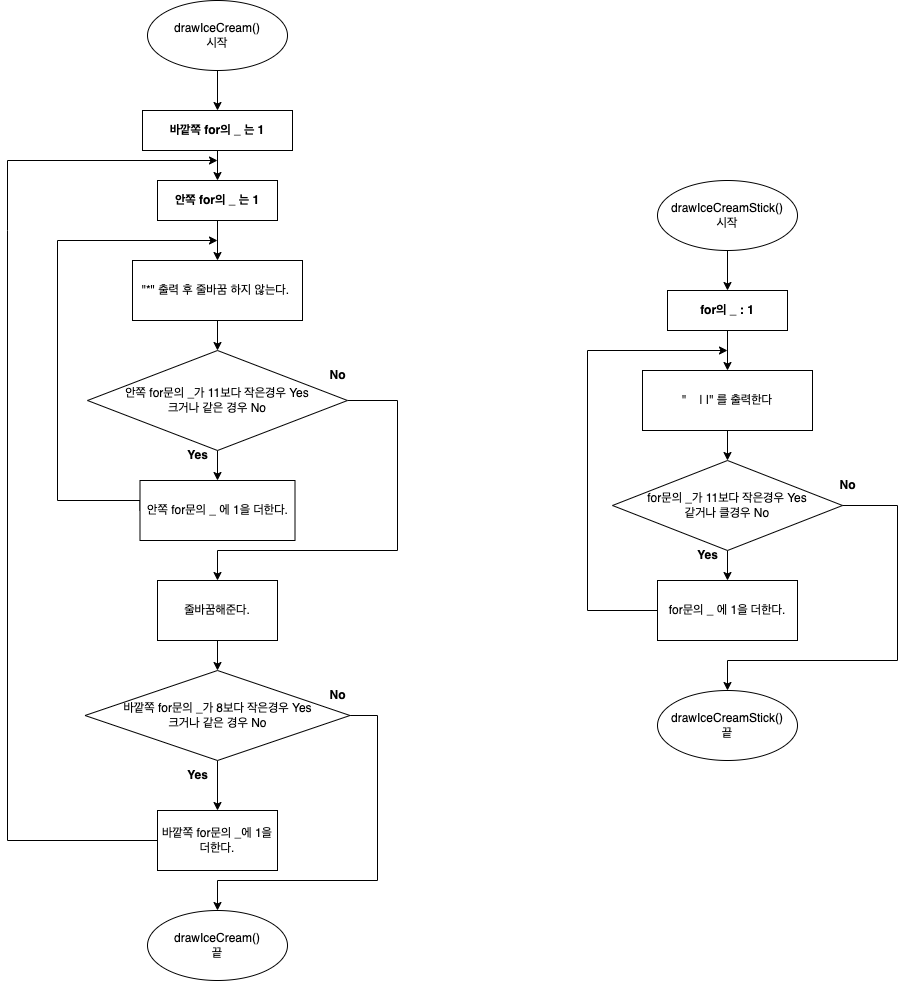
The draw.io diagram CodeStarterCamp_Week1/step2순서도.png in yagom-academy/swift-starter-Round1, before a commit. Source tidied: cells renumbered, new cells last; positions are measured from the earlier drawing's top-left corner, leaving out a move shared by most shapes.
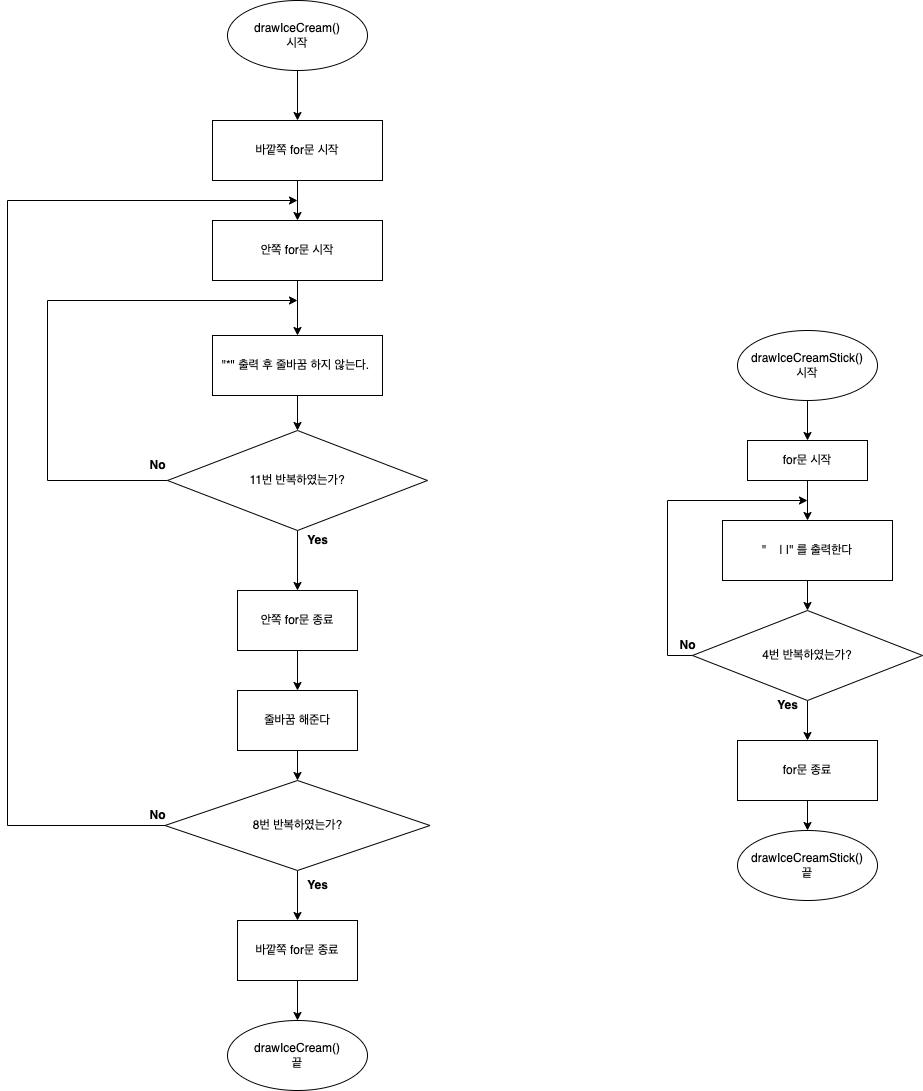
Later version of the same file.

Commit message:
step2순서도 수정

The edit, as a diff of the source:
```diff
@@ -2,165 +2,141 @@
   <root>
     <mxCell id="0" />
     <mxCell id="1" parent="0" />
-    <mxCell id="2" style="edgeStyle=orthogonalEdgeStyle;rounded=0;jettySize=auto;html=1;exitX=0.5;exitY=1;exitDx=0;exitDy=0;" parent="1" edge="1" source="3">
-      <mxGeometry relative="1" as="geometry">
-        <mxPoint x="210" y="110" as="targetPoint" />
-      </mxGeometry>
-    </mxCell>
+    <mxCell id="42" style="edgeStyle=orthogonalEdgeStyle;rounded=0;jettySize=auto;html=1;exitX=0.5;exitY=1;exitDx=0;exitDy=0;entryX=0.5;entryY=0;entryDx=0;entryDy=0;" parent="1" edge="1" source="3" target="65">
+      <mxGeometry relative="1" as="geometry" />
+    </mxCell>
     <mxCell id="3" value="drawIceCream()&lt;br&gt;시작" style="ellipse;whiteSpace=wrap;html=1;" parent="1" vertex="1">
-      <mxGeometry x="140" width="140" height="70" as="geometry" />
+      <mxGeometry x="140" y="-150" width="140" height="70" as="geometry" />
     </mxCell>
-    <mxCell id="4" style="edgeStyle=orthogonalEdgeStyle;rounded=0;jettySize=auto;html=1;" parent="1" edge="1" source="5" target="7">
-      <mxGeometry relative="1" as="geometry" />
-    </mxCell>
-    <mxCell id="5" value="&lt;b&gt;바깥쪽 for의 _ 는 1&lt;/b&gt;" style="rounded=0;whiteSpace=wrap;html=1;" parent="1" vertex="1">
-      <mxGeometry x="135" y="110" width="150" height="40" as="geometry" />
-    </mxCell>
-    <mxCell id="6" style="edgeStyle=orthogonalEdgeStyle;rounded=0;jettySize=auto;html=1;" parent="1" edge="1" source="7" target="9">
-      <mxGeometry relative="1" as="geometry" />
-    </mxCell>
-    <mxCell id="7" value="&lt;b&gt;안쪽 for의 _ 는 1&lt;/b&gt;" style="whiteSpace=wrap;html=1;rounded=0;" parent="1" vertex="1">
-      <mxGeometry x="150" y="180" width="120" height="40" as="geometry" />
-    </mxCell>
-    <mxCell id="8" style="edgeStyle=orthogonalEdgeStyle;rounded=0;jettySize=auto;html=1;" parent="1" edge="1" source="9" target="12">
-      <mxGeometry relative="1" as="geometry" />
-    </mxCell>
+    <mxCell id="43" style="edgeStyle=orthogonalEdgeStyle;rounded=0;jettySize=auto;html=1;" parent="1" edge="1" source="9" target="46">
+      <mxGeometry relative="1" as="geometry" />
+    </mxCell>
     <mxCell id="9" value="&quot;*&quot; 출력 후 줄바꿈 하지 않는다.&amp;nbsp;" style="whiteSpace=wrap;html=1;rounded=0;" parent="1" vertex="1">
-      <mxGeometry x="125" y="260" width="170" height="60" as="geometry" />
+      <mxGeometry x="125" y="185" width="170" height="60" as="geometry" />
     </mxCell>
-    <mxCell id="10" style="edgeStyle=orthogonalEdgeStyle;rounded=0;jettySize=auto;html=1;" parent="1" edge="1" source="12" target="14">
-      <mxGeometry relative="1" as="geometry" />
-    </mxCell>
-    <mxCell id="11" style="edgeStyle=orthogonalEdgeStyle;rounded=0;jettySize=auto;html=1;exitX=1;exitY=0.5;exitDx=0;exitDy=0;" parent="1" edge="1" source="12" target="18">
-      <mxGeometry relative="1" as="geometry">
-        <Array as="points">
-          <mxPoint x="390" y="400" />
-          <mxPoint x="390" y="550" />
-          <mxPoint x="210" y="550" />
-        </Array>
-      </mxGeometry>
-    </mxCell>
-    <mxCell id="12" value="안쪽 for문의 _가 11보다 작은경우 Yes&lt;br&gt;크거나 같은 경우 No" style="rhombus;whiteSpace=wrap;html=1;rounded=0;" parent="1" vertex="1">
-      <mxGeometry x="80" y="350" width="260" height="100" as="geometry" />
-    </mxCell>
-    <mxCell id="13" style="edgeStyle=orthogonalEdgeStyle;rounded=0;jettySize=auto;html=1;exitX=0;exitY=0.5;exitDx=0;exitDy=0;" parent="1" edge="1" source="14">
-      <mxGeometry relative="1" as="geometry">
-        <mxPoint x="210" y="240" as="targetPoint" />
-        <Array as="points">
-          <mxPoint x="50" y="500" />
-          <mxPoint x="50" y="240" />
-        </Array>
-      </mxGeometry>
-    </mxCell>
-    <mxCell id="14" value="안쪽 for문의 _ 에 1을 더한다." style="whiteSpace=wrap;html=1;rounded=0;" parent="1" vertex="1">
-      <mxGeometry x="132.5" y="480" width="155" height="60" as="geometry" />
-    </mxCell>
-    <mxCell id="15" value="&lt;b&gt;Yes&lt;/b&gt;" style="text;html=1;align=center;verticalAlign=middle;strokeColor=none;fillColor=none;" parent="1" vertex="1">
-      <mxGeometry x="170" y="440" width="40" height="30" as="geometry" />
-    </mxCell>
-    <mxCell id="16" value="&lt;b&gt;No&lt;/b&gt;" style="text;html=1;align=center;verticalAlign=middle;strokeColor=none;fillColor=none;" parent="1" vertex="1">
-      <mxGeometry x="310" y="360" width="40" height="30" as="geometry" />
-    </mxCell>
-    <mxCell id="17" style="edgeStyle=orthogonalEdgeStyle;rounded=0;jettySize=auto;html=1;" parent="1" edge="1" source="18" target="21">
-      <mxGeometry relative="1" as="geometry" />
-    </mxCell>
-    <mxCell id="18" value="줄바꿈해준다." style="whiteSpace=wrap;html=1;rounded=0;" parent="1" vertex="1">
-      <mxGeometry x="150" y="580" width="120" height="60" as="geometry" />
-    </mxCell>
-    <mxCell id="19" style="edgeStyle=orthogonalEdgeStyle;rounded=0;jettySize=auto;html=1;" parent="1" edge="1" source="21" target="23">
-      <mxGeometry relative="1" as="geometry" />
-    </mxCell>
-    <mxCell id="20" style="edgeStyle=orthogonalEdgeStyle;rounded=0;jettySize=auto;html=1;entryX=0.5;entryY=0;entryDx=0;entryDy=0;strokeColor=default;endArrow=classic;endFill=1;exitX=1;exitY=0.5;exitDx=0;exitDy=0;" parent="1" edge="1" source="21" target="26">
-      <mxGeometry relative="1" as="geometry">
-        <Array as="points">
-          <mxPoint x="370" y="715" />
-          <mxPoint x="370" y="880" />
-          <mxPoint x="210" y="880" />
-        </Array>
-      </mxGeometry>
-    </mxCell>
-    <mxCell id="21" value="바깥쪽 for문의 _가 8보다 작은경우 Yes&lt;br&gt;크거나 같은 경우 No" style="rhombus;whiteSpace=wrap;html=1;rounded=0;" parent="1" vertex="1">
-      <mxGeometry x="77.5" y="670" width="265" height="90" as="geometry" />
-    </mxCell>
-    <mxCell id="22" style="edgeStyle=orthogonalEdgeStyle;rounded=0;jettySize=auto;html=1;strokeColor=default;endArrow=none;endFill=0;" parent="1" edge="1" source="23">
-      <mxGeometry relative="1" as="geometry">
-        <mxPoint y="230" as="targetPoint" />
-      </mxGeometry>
-    </mxCell>
-    <mxCell id="23" value="바깥쪽 for문의 _에 1을 더한다." style="whiteSpace=wrap;html=1;rounded=0;" parent="1" vertex="1">
-      <mxGeometry x="150" y="810" width="120" height="60" as="geometry" />
-    </mxCell>
-    <mxCell id="24" value="&lt;b&gt;Yes&lt;/b&gt;" style="text;html=1;align=center;verticalAlign=middle;strokeColor=none;fillColor=none;" parent="1" vertex="1">
-      <mxGeometry x="170" y="760" width="40" height="30" as="geometry" />
-    </mxCell>
-    <mxCell id="25" style="edgeStyle=orthogonalEdgeStyle;rounded=0;orthogonalLoop=1;jettySize=auto;html=1;" parent="1" edge="1">
-      <mxGeometry relative="1" as="geometry">
-        <mxPoint y="230" as="sourcePoint" />
-        <mxPoint x="210" y="160" as="targetPoint" />
-        <Array as="points">
-          <mxPoint y="160" />
-        </Array>
-      </mxGeometry>
-    </mxCell>
+    <mxCell id="44" style="edgeStyle=orthogonalEdgeStyle;rounded=0;jettySize=auto;html=1;exitX=0;exitY=0.5;exitDx=0;exitDy=0;" parent="1" edge="1" source="46">
+      <mxGeometry relative="1" as="geometry">
+        <mxPoint x="210" y="150" as="targetPoint" />
+        <Array as="points">
+          <mxPoint x="-40" y="330" />
+          <mxPoint x="-40" y="150" />
+        </Array>
+      </mxGeometry>
+    </mxCell>
+    <mxCell id="45" style="edgeStyle=orthogonalEdgeStyle;rounded=0;jettySize=auto;html=1;entryX=0.5;entryY=0;entryDx=0;entryDy=0;" parent="1" edge="1" source="46" target="50">
+      <mxGeometry relative="1" as="geometry" />
+    </mxCell>
+    <mxCell id="46" value="11번 반복하였는가?" style="rhombus;whiteSpace=wrap;html=1;rounded=0;" parent="1" vertex="1">
+      <mxGeometry x="80" y="280" width="260" height="100" as="geometry" />
+    </mxCell>
+    <mxCell id="47" value="&lt;b&gt;No&lt;/b&gt;" style="text;html=1;align=center;verticalAlign=middle;strokeColor=none;fillColor=none;" parent="1" vertex="1">
+      <mxGeometry x="50" y="300" width="40" height="30" as="geometry" />
+    </mxCell>
+    <mxCell id="48" value="&lt;b&gt;Yes&lt;/b&gt;" style="text;html=1;align=center;verticalAlign=middle;strokeColor=none;fillColor=none;" parent="1" vertex="1">
+      <mxGeometry x="210" y="375" width="40" height="30" as="geometry" />
+    </mxCell>
+    <mxCell id="49" style="edgeStyle=orthogonalEdgeStyle;rounded=0;jettySize=auto;html=1;entryX=0.5;entryY=0;entryDx=0;entryDy=0;" parent="1" edge="1" source="50" target="69">
+      <mxGeometry relative="1" as="geometry" />
+    </mxCell>
+    <mxCell id="50" value="안쪽 for문 종료" style="whiteSpace=wrap;html=1;rounded=0;" parent="1" vertex="1">
+      <mxGeometry x="150" y="440" width="120" height="60" as="geometry" />
+    </mxCell>
+    <mxCell id="51" style="edgeStyle=orthogonalEdgeStyle;rounded=0;jettySize=auto;html=1;exitX=0;exitY=0.5;exitDx=0;exitDy=0;" parent="1" edge="1" source="53">
+      <mxGeometry relative="1" as="geometry">
+        <mxPoint x="210" y="50" as="targetPoint" />
+        <Array as="points">
+          <mxPoint x="-80" y="675" />
+          <mxPoint x="-80" y="50" />
+          <mxPoint x="210" y="50" />
+        </Array>
+      </mxGeometry>
+    </mxCell>
+    <mxCell id="52" style="edgeStyle=orthogonalEdgeStyle;rounded=0;jettySize=auto;html=1;entryX=0.5;entryY=0;entryDx=0;entryDy=0;" parent="1" edge="1" source="53" target="73">
+      <mxGeometry relative="1" as="geometry" />
+    </mxCell>
+    <mxCell id="53" value="8번 반복하였는가?" style="rhombus;whiteSpace=wrap;html=1;rounded=0;" parent="1" vertex="1">
+      <mxGeometry x="77.5" y="630" width="265" height="90" as="geometry" />
+    </mxCell>
     <mxCell id="26" value="drawIceCream()&lt;br&gt;끝" style="ellipse;whiteSpace=wrap;html=1;" parent="1" vertex="1">
-      <mxGeometry x="140" y="910" width="140" height="70" as="geometry" />
+      <mxGeometry x="140" y="870" width="140" height="70" as="geometry" />
     </mxCell>
-    <mxCell id="27" value="&lt;b&gt;No&lt;/b&gt;" style="text;html=1;align=center;verticalAlign=middle;strokeColor=none;fillColor=none;" parent="1" vertex="1">
-      <mxGeometry x="310" y="680" width="40" height="30" as="geometry" />
-    </mxCell>
-    <mxCell id="28" style="edgeStyle=orthogonalEdgeStyle;rounded=0;jettySize=auto;html=1;strokeColor=default;fontFamily=Helvetica;endArrow=classic;endFill=1;" parent="1" edge="1" source="29" target="31">
-      <mxGeometry relative="1" as="geometry" />
-    </mxCell>
+    <mxCell id="54" style="edgeStyle=orthogonalEdgeStyle;rounded=0;jettySize=auto;html=1;strokeColor=default;fontFamily=Helvetica;endArrow=classic;endFill=1;" parent="1" edge="1" source="29" target="56">
+      <mxGeometry relative="1" as="geometry" />
+    </mxCell>
     <mxCell id="29" value="drawIceCreamStick()&lt;br&gt;시작" style="ellipse;whiteSpace=wrap;html=1;" parent="1" vertex="1">
       <mxGeometry x="650" y="180" width="140" height="70" as="geometry" />
     </mxCell>
-    <mxCell id="30" style="edgeStyle=orthogonalEdgeStyle;rounded=0;jettySize=auto;html=1;strokeColor=default;fontFamily=Helvetica;endArrow=classic;endFill=1;" parent="1" edge="1" source="31" target="33">
-      <mxGeometry relative="1" as="geometry" />
-    </mxCell>
-    <mxCell id="31" value="&lt;b&gt;for의 _ : 1&lt;/b&gt;" style="rounded=0;whiteSpace=wrap;html=1;" parent="1" vertex="1">
-      <mxGeometry x="660" y="290" width="120" height="40" as="geometry" />
-    </mxCell>
-    <mxCell id="32" style="edgeStyle=orthogonalEdgeStyle;rounded=0;jettySize=auto;html=1;strokeColor=default;fontFamily=Helvetica;endArrow=classic;endFill=1;" parent="1" edge="1" source="33" target="35">
-      <mxGeometry relative="1" as="geometry" />
-    </mxCell>
+    <mxCell id="55" style="edgeStyle=orthogonalEdgeStyle;rounded=0;jettySize=auto;html=1;strokeColor=default;fontFamily=Helvetica;endArrow=classic;endFill=1;" parent="1" edge="1" source="56" target="33">
+      <mxGeometry relative="1" as="geometry" />
+    </mxCell>
+    <mxCell id="56" value="for문 시작" style="rounded=0;whiteSpace=wrap;html=1;" parent="1" vertex="1">
+      <mxGeometry x="660" y="290" width="120" height="40" as="geometry" />
+    </mxCell>
+    <mxCell id="57" style="edgeStyle=orthogonalEdgeStyle;rounded=0;jettySize=auto;html=1;strokeColor=default;fontFamily=Helvetica;endArrow=classic;endFill=1;" parent="1" edge="1" source="33" target="59">
+      <mxGeometry relative="1" as="geometry" />
+    </mxCell>
     <mxCell id="33" value="&quot;&amp;nbsp; &amp;nbsp; | |&quot; 를 출력한다" style="whiteSpace=wrap;html=1;rounded=0;" parent="1" vertex="1">
       <mxGeometry x="635" y="370" width="170" height="60" as="geometry" />
     </mxCell>
-    <mxCell id="34" style="edgeStyle=orthogonalEdgeStyle;rounded=0;jettySize=auto;html=1;strokeColor=default;fontFamily=Helvetica;endArrow=classic;endFill=1;entryX=0.5;entryY=0;entryDx=0;entryDy=0;" parent="1" edge="1" source="35" target="38">
-      <mxGeometry relative="1" as="geometry" />
-    </mxCell>
-    <mxCell id="35" value="for문의 _가 11보다 작은경우 Yes&lt;br&gt;같거나 클경우 No" style="rhombus;whiteSpace=wrap;html=1;rounded=0;" parent="1" vertex="1">
-      <mxGeometry x="605" y="460" width="230" height="90" as="geometry" />
-    </mxCell>
-    <mxCell id="36" style="edgeStyle=orthogonalEdgeStyle;rounded=0;jettySize=auto;html=1;strokeColor=default;fontFamily=Helvetica;endArrow=classic;endFill=1;" parent="1" edge="1" source="38">
-      <mxGeometry relative="1" as="geometry">
-        <mxPoint x="720" y="350" as="targetPoint" />
-        <Array as="points">
-          <mxPoint x="580" y="610" />
-          <mxPoint x="580" y="350" />
-        </Array>
-      </mxGeometry>
-    </mxCell>
-    <mxCell id="37" style="edgeStyle=orthogonalEdgeStyle;rounded=0;jettySize=auto;html=1;exitX=1;exitY=0.5;exitDx=0;exitDy=0;strokeColor=default;fontFamily=Helvetica;endArrow=classic;endFill=1;" parent="1" edge="1" source="35" target="40">
-      <mxGeometry relative="1" as="geometry">
-        <Array as="points">
-          <mxPoint x="890" y="505" />
-          <mxPoint x="890" y="660" />
-          <mxPoint x="720" y="660" />
-        </Array>
-      </mxGeometry>
-    </mxCell>
-    <mxCell id="38" value="for문의 _ 에 1을 더한다." style="whiteSpace=wrap;html=1;rounded=0;" parent="1" vertex="1">
-      <mxGeometry x="650" y="580" width="140" height="60" as="geometry" />
-    </mxCell>
+    <mxCell id="58" style="edgeStyle=orthogonalEdgeStyle;rounded=0;jettySize=auto;html=1;strokeColor=default;fontFamily=Helvetica;endArrow=classic;endFill=1;entryX=0.5;entryY=0;entryDx=0;entryDy=0;" parent="1" edge="1" source="59" target="62">
+      <mxGeometry relative="1" as="geometry" />
+    </mxCell>
+    <mxCell id="59" value="4번 반복하였는가?" style="rhombus;whiteSpace=wrap;html=1;rounded=0;" parent="1" vertex="1">
+      <mxGeometry x="605" y="460" width="230" height="90" as="geometry" />
+    </mxCell>
+    <mxCell id="60" style="edgeStyle=orthogonalEdgeStyle;rounded=0;jettySize=auto;html=1;strokeColor=default;fontFamily=Helvetica;endArrow=classic;endFill=1;exitX=0;exitY=0.5;exitDx=0;exitDy=0;" parent="1" edge="1" source="59">
+      <mxGeometry relative="1" as="geometry">
+        <mxPoint x="720" y="350" as="targetPoint" />
+        <Array as="points">
+          <mxPoint x="580" y="505" />
+          <mxPoint x="580" y="350" />
+        </Array>
+      </mxGeometry>
+    </mxCell>
+    <mxCell id="61" style="edgeStyle=orthogonalEdgeStyle;rounded=0;jettySize=auto;html=1;" parent="1" edge="1" source="62" target="40">
+      <mxGeometry relative="1" as="geometry" />
+    </mxCell>
+    <mxCell id="62" value="for문 종료" style="whiteSpace=wrap;html=1;rounded=0;" parent="1" vertex="1">
+      <mxGeometry x="650" y="590" width="140" height="60" as="geometry" />
+    </mxCell>
     <mxCell id="39" value="&lt;b&gt;Yes&lt;/b&gt;" style="text;html=1;align=center;verticalAlign=middle;strokeColor=none;fillColor=none;" parent="1" vertex="1">
       <mxGeometry x="680" y="540" width="40" height="30" as="geometry" />
     </mxCell>
     <mxCell id="40" value="drawIceCreamStick()&lt;br&gt;끝" style="ellipse;whiteSpace=wrap;html=1;" parent="1" vertex="1">
-      <mxGeometry x="650" y="690" width="140" height="70" as="geometry" />
+      <mxGeometry x="650" y="680" width="140" height="70" as="geometry" />
     </mxCell>
-    <mxCell id="41" value="&lt;b&gt;No&lt;/b&gt;" style="text;html=1;align=center;verticalAlign=middle;strokeColor=none;fillColor=none;" parent="1" vertex="1">
-      <mxGeometry x="820" y="470" width="40" height="30" as="geometry" />
-    </mxCell>
+    <mxCell id="63" value="&lt;b&gt;No&lt;/b&gt;" style="text;html=1;align=center;verticalAlign=middle;strokeColor=none;fillColor=none;" parent="1" vertex="1">
+      <mxGeometry x="580" y="480" width="40" height="30" as="geometry" />
+    </mxCell>
+    <mxCell id="64" style="edgeStyle=orthogonalEdgeStyle;rounded=0;jettySize=auto;html=1;" parent="1" edge="1" source="65" target="67">
+      <mxGeometry relative="1" as="geometry" />
+    </mxCell>
+    <mxCell id="65" value="바깥쪽 for문 시작" style="whiteSpace=wrap;html=1;rounded=0;" parent="1" vertex="1">
+      <mxGeometry x="125" y="-30" width="170" height="60" as="geometry" />
+    </mxCell>
+    <mxCell id="66" style="edgeStyle=orthogonalEdgeStyle;rounded=0;jettySize=auto;html=1;" parent="1" edge="1" source="67" target="9">
+      <mxGeometry relative="1" as="geometry" />
+    </mxCell>
+    <mxCell id="67" value="안쪽 for문 시작" style="whiteSpace=wrap;html=1;rounded=0;" parent="1" vertex="1">
+      <mxGeometry x="125" y="70" width="170" height="60" as="geometry" />
+    </mxCell>
+    <mxCell id="68" style="edgeStyle=orthogonalEdgeStyle;rounded=0;jettySize=auto;html=1;" parent="1" edge="1" source="69" target="53">
+      <mxGeometry relative="1" as="geometry" />
+    </mxCell>
+    <mxCell id="69" value="줄바꿈 해준다" style="whiteSpace=wrap;html=1;rounded=0;" parent="1" vertex="1">
+      <mxGeometry x="150" y="540" width="120" height="60" as="geometry" />
+    </mxCell>
+    <mxCell id="70" value="&lt;b&gt;No&lt;/b&gt;" style="text;html=1;align=center;verticalAlign=middle;strokeColor=none;fillColor=none;" parent="1" vertex="1">
+      <mxGeometry x="50" y="650" width="40" height="30" as="geometry" />
+    </mxCell>
+    <mxCell id="71" value="&lt;b&gt;Yes&lt;/b&gt;" style="text;html=1;align=center;verticalAlign=middle;strokeColor=none;fillColor=none;" parent="1" vertex="1">
+      <mxGeometry x="210" y="720" width="40" height="30" as="geometry" />
+    </mxCell>
+    <mxCell id="72" style="edgeStyle=orthogonalEdgeStyle;rounded=0;jettySize=auto;html=1;" parent="1" edge="1" source="73" target="26">
+      <mxGeometry relative="1" as="geometry" />
+    </mxCell>
+    <mxCell id="73" value="바깥쪽 for문 종료" style="whiteSpace=wrap;html=1;rounded=0;" parent="1" vertex="1">
+      <mxGeometry x="150" y="770" width="120" height="60" as="geometry" />
+    </mxCell>
   </root>
 </mxGraphModel>
```
